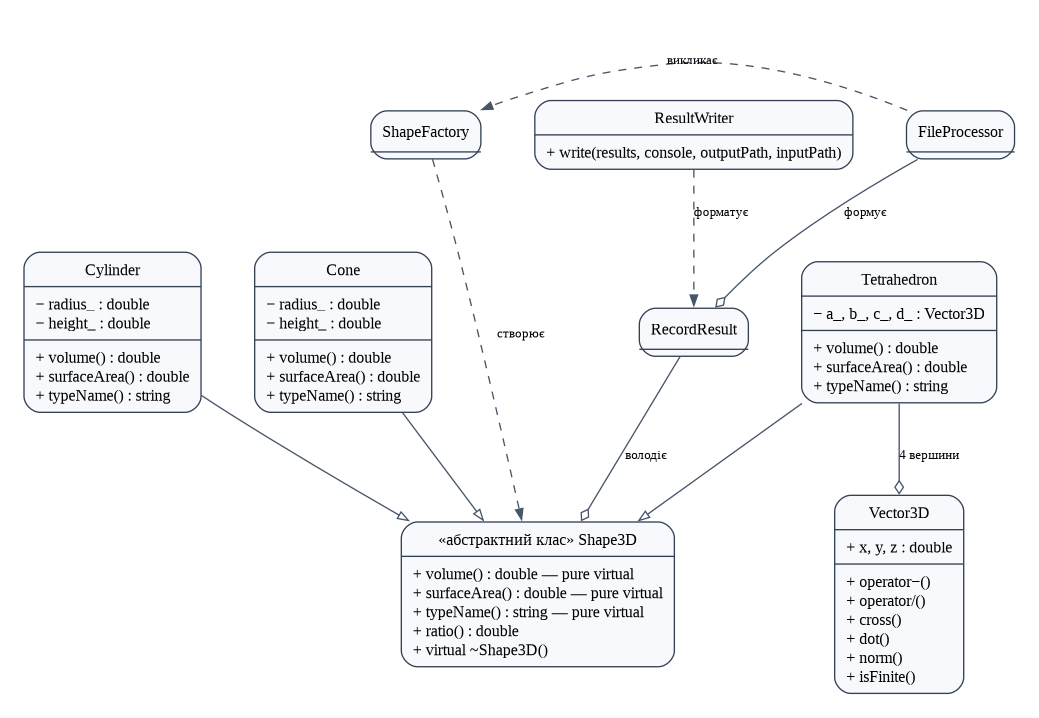
This is docs/report/diagrams/rendered/class-diagram.png from OstapIndia123/kursova-robota-pizdec, a Graphviz export, as it was before one commit. Its source is kept beside it as docs/report/diagrams/source/class-diagram.dot. Source of this version:
```dot
digraph CourseworkClasses {
  graph [rankdir=TB, bgcolor="white", pad=0.25, nodesep=0.55, ranksep=0.7, fontname="Liberation Serif"];
  node [shape=record, style="rounded,filled", fillcolor="#f7f9fc", color="#334155", fontname="Liberation Serif", fontsize=12, margin="0.12,0.08"];
  edge [color="#475569", fontname="Liberation Serif", fontsize=10, arrowsize=0.8];
  Shape3D [label="{«абстрактний клас» Shape3D|+ volume() : double — pure virtual\l+ surfaceArea() : double — pure virtual\l+ typeName() : string — pure virtual\l+ ratio() : double\l+ virtual ~Shape3D()\l}"];
  Cone [label="{Cone|− radius_ : double\l− height_ : double\l|+ volume() : double\l+ surfaceArea() : double\l+ typeName() : string\l}"];
  Cylinder [label="{Cylinder|− radius_ : double\l− height_ : double\l|+ volume() : double\l+ surfaceArea() : double\l+ typeName() : string\l}"];
  Tetrahedron [label="{Tetrahedron|− a_, b_, c_, d_ : Vector3D\l|+ volume() : double\l+ surfaceArea() : double\l+ typeName() : string\l}"];
  Vector3D [label="{Vector3D|+ x, y, z : double\l|+ operator−()\l+ operator/()\l+ cross()\l+ dot()\l+ norm()\l+ isFinite()\l}"];
  ShapeFactory [label="{ShapeFactory|+ create(type, parameters) : unique_ptr<Shape3D>\l}"];
  FileProcessor [label="{FileProcessor|+ process(path) : vector<RecordResult>\l}"];
  RecordResult [label="{RecordResult|+ lineNumber : size_t\l+ shape : string\l+ object : unique_ptr<Shape3D>\l+ error : string\l}"];
  ResultWriter [label="{ResultWriter|+ write(results, console, outputPath, inputPath)\l}"];
  {rank=same; Cone; Cylinder; Tetrahedron}
  {rank=same; ShapeFactory; FileProcessor; ResultWriter}
  Cone -> Shape3D [arrowhead=empty]; Cylinder -> Shape3D [arrowhead=empty]; Tetrahedron -> Shape3D [arrowhead=empty];
  Tetrahedron -> Vector3D [arrowhead=odiamond, label="4 вершини"];
  ShapeFactory -> Shape3D [style=dashed, label="створює"];
  FileProcessor -> ShapeFactory [style=dashed, label="викликає"];
  FileProcessor -> RecordResult [arrowhead=odiamond, label="формує"];
  RecordResult -> Shape3D [arrowhead=odiamond, label="володіє"];
  ResultWriter -> RecordResult [style=dashed, label="форматує"];
}
```
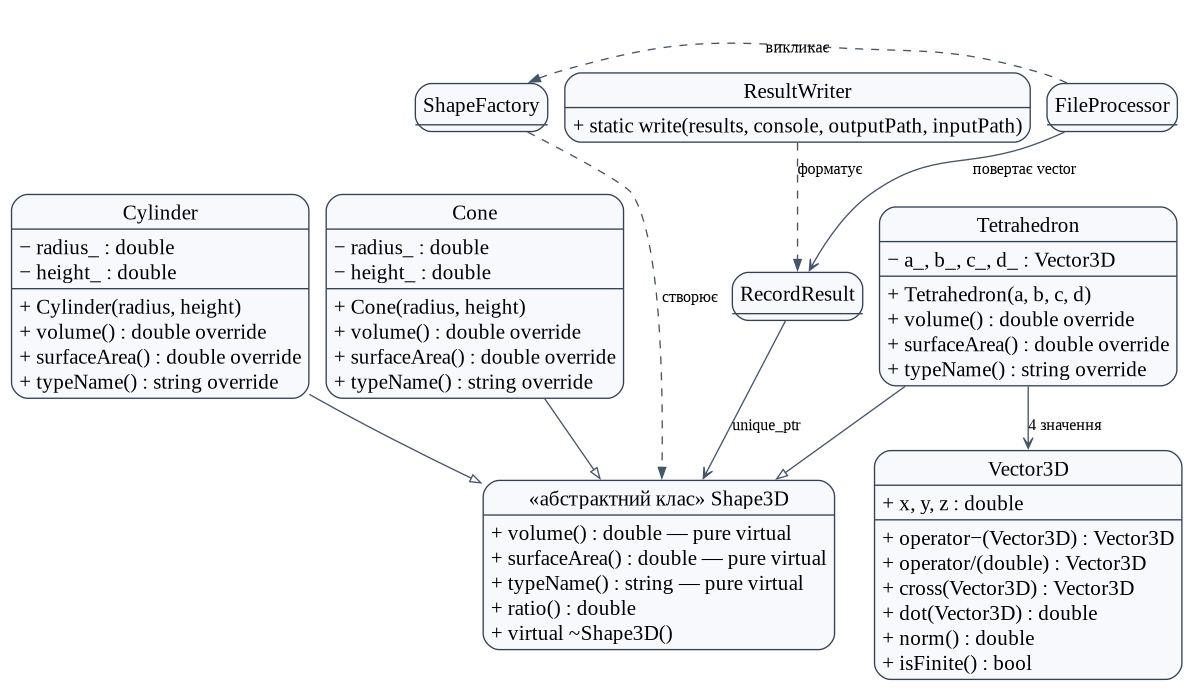
Above is the later version.

What changed in the source:
```diff
@@ -1,23 +1,22 @@
 digraph CourseworkClasses {
-  graph [rankdir=TB, bgcolor="white", pad=0.25, nodesep=0.55, ranksep=0.7, fontname="Liberation Serif"];
-  node [shape=record, style="rounded,filled", fillcolor="#f7f9fc", color="#334155", fontname="Liberation Serif", fontsize=12, margin="0.12,0.08"];
-  edge [color="#475569", fontname="Liberation Serif", fontsize=10, arrowsize=0.8];
+  graph [rankdir=TB, bgcolor="white", pad=0.12, nodesep=0.18, ranksep=0.32, fontname="Liberation Serif"];
+  node [shape=record, style="rounded,filled", fillcolor="#f7f9fc", color="#334155", fontname="Liberation Serif", fontsize=16, margin="0.08,0.05"];
+  edge [color="#475569", fontname="Liberation Serif", fontsize=12, arrowsize=0.8];
   Shape3D [label="{«абстрактний клас» Shape3D|+ volume() : double — pure virtual\l+ surfaceArea() : double — pure virtual\l+ typeName() : string — pure virtual\l+ ratio() : double\l+ virtual ~Shape3D()\l}"];
-  Cone [label="{Cone|− radius_ : double\l− height_ : double\l|+ volume() : double\l+ surfaceArea() : double\l+ typeName() : string\l}"];
-  Cylinder [label="{Cylinder|− radius_ : double\l− height_ : double\l|+ volume() : double\l+ surfaceArea() : double\l+ typeName() : string\l}"];
-  Tetrahedron [label="{Tetrahedron|− a_, b_, c_, d_ : Vector3D\l|+ volume() : double\l+ surfaceArea() : double\l+ typeName() : string\l}"];
-  Vector3D [label="{Vector3D|+ x, y, z : double\l|+ operator−()\l+ operator/()\l+ cross()\l+ dot()\l+ norm()\l+ isFinite()\l}"];
-  ShapeFactory [label="{ShapeFactory|+ create(type, parameters) : unique_ptr<Shape3D>\l}"];
-  FileProcessor [label="{FileProcessor|+ process(path) : vector<RecordResult>\l}"];
+  Cone [label="{Cone|− radius_ : double\l− height_ : double\l|+ Cone(radius, height)\l+ volume() : double override\l+ surfaceArea() : double override\l+ typeName() : string override\l}"];
+  Cylinder [label="{Cylinder|− radius_ : double\l− height_ : double\l|+ Cylinder(radius, height)\l+ volume() : double override\l+ surfaceArea() : double override\l+ typeName() : string override\l}"];
+  Tetrahedron [label="{Tetrahedron|− a_, b_, c_, d_ : Vector3D\l|+ Tetrahedron(a, b, c, d)\l+ volume() : double override\l+ surfaceArea() : double override\l+ typeName() : string override\l}"];
+  Vector3D [label="{Vector3D|+ x, y, z : double\l|+ operator−(Vector3D) : Vector3D\l+ operator/(double) : Vector3D\l+ cross(Vector3D) : Vector3D\l+ dot(Vector3D) : double\l+ norm() : double\l+ isFinite() : bool\l}"];
+  ShapeFactory [label="{ShapeFactory|+ static create(type, parameters) : unique_ptr<Shape3D>\l}"];
+  FileProcessor [label="{FileProcessor|+ process(inputPath) const : vector<RecordResult>\l}"];
   RecordResult [label="{RecordResult|+ lineNumber : size_t\l+ shape : string\l+ object : unique_ptr<Shape3D>\l+ error : string\l}"];
-  ResultWriter [label="{ResultWriter|+ write(results, console, outputPath, inputPath)\l}"];
-  {rank=same; Cone; Cylinder; Tetrahedron}
+  ResultWriter [label="{ResultWriter|+ static write(results, console, outputPath, inputPath)\l}"];
   {rank=same; ShapeFactory; FileProcessor; ResultWriter}
   Cone -> Shape3D [arrowhead=empty]; Cylinder -> Shape3D [arrowhead=empty]; Tetrahedron -> Shape3D [arrowhead=empty];
-  Tetrahedron -> Vector3D [arrowhead=odiamond, label="4 вершини"];
+  Tetrahedron -> Vector3D [arrowhead=vee, label="4 значення"];
   ShapeFactory -> Shape3D [style=dashed, label="створює"];
   FileProcessor -> ShapeFactory [style=dashed, label="викликає"];
-  FileProcessor -> RecordResult [arrowhead=odiamond, label="формує"];
-  RecordResult -> Shape3D [arrowhead=odiamond, label="володіє"];
+  FileProcessor -> RecordResult [arrowhead=vee, label="повертає vector"];
+  RecordResult -> Shape3D [arrowhead=vee, label="unique_ptr"];
   ResultWriter -> RecordResult [style=dashed, label="форматує"];
 }
```
